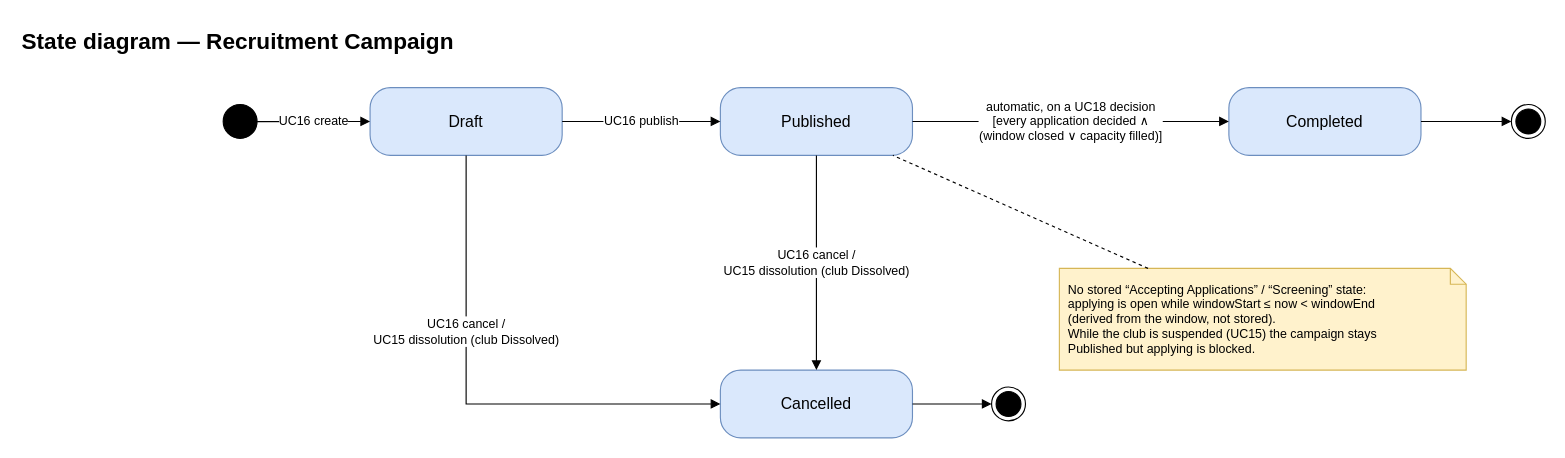
The draw.io diagram page "Recruitment Campaign" (4 of 9) of docs/03-diagrams/UCMS_State_Diagrams.drawio in nvdekay/ClubManagementSystem, before the edit. Source tidied: cells renumbered, new cells numbered last; positions are measured from the earlier drawing's top-left corner, leaving out a move shared by most shapes. Both pictures are drawn from the tidied source at 113%, with x=0, y=0 at pixel (19, 19).
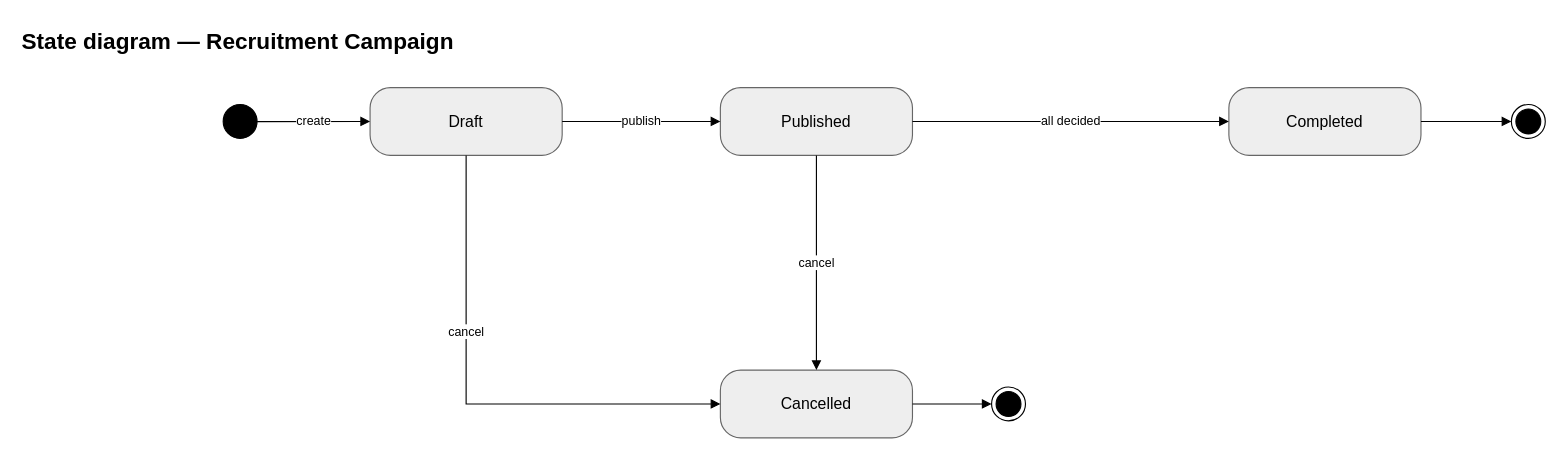
The same page after the edit.

Commit message (it also covers changes not shown here):
docs(diagrams): grey state diagrams with short transition labels and no notes

Unchanged cells that the change refers to:
```xml
<mxCell id="3" style="ellipse;html=1;fillColor=#000000;strokeColor=#000000;" parent="1" vertex="1">
  <mxGeometry x="180" y="75" width="30" height="30" as="geometry" />
</mxCell>
```

Diff of the diagram source:
```diff
@@
-    <mxCell id="4" value="Draft" style="rounded=1;arcSize=30;whiteSpace=wrap;html=1;fillColor=#dae8fc;strokeColor=#6c8ebf;fontSize=14;" parent="1" vertex="1">
+    <mxCell id="4" value="Draft" style="rounded=1;arcSize=30;whiteSpace=wrap;html=1;fillColor=#eeeeee;strokeColor=#666666;fontSize=14;" parent="1" vertex="1">
       <mxGeometry x="310" y="60" width="170" height="60" as="geometry" />
     </mxCell>
-    <mxCell id="5" value="Published" style="rounded=1;arcSize=30;whiteSpace=wrap;html=1;fillColor=#dae8fc;strokeColor=#6c8ebf;fontSize=14;" parent="1" vertex="1">
+    <mxCell id="5" value="Published" style="rounded=1;arcSize=30;whiteSpace=wrap;html=1;fillColor=#eeeeee;strokeColor=#666666;fontSize=14;" parent="1" vertex="1">
       <mxGeometry x="620" y="60" width="170" height="60" as="geometry" />
     </mxCell>
-    <mxCell id="6" value="Completed" style="rounded=1;arcSize=30;whiteSpace=wrap;html=1;fillColor=#dae8fc;strokeColor=#6c8ebf;fontSize=14;" parent="1" vertex="1">
+    <mxCell id="6" value="Completed" style="rounded=1;arcSize=30;whiteSpace=wrap;html=1;fillColor=#eeeeee;strokeColor=#666666;fontSize=14;" parent="1" vertex="1">
       <mxGeometry x="1070" y="60" width="170" height="60" as="geometry" />
     </mxCell>
-    <mxCell id="7" value="Cancelled" style="rounded=1;arcSize=30;whiteSpace=wrap;html=1;fillColor=#dae8fc;strokeColor=#6c8ebf;fontSize=14;" parent="1" vertex="1">
+    <mxCell id="7" value="Cancelled" style="rounded=1;arcSize=30;whiteSpace=wrap;html=1;fillColor=#eeeeee;strokeColor=#666666;fontSize=14;" parent="1" vertex="1">
       <mxGeometry x="620" y="310" width="170" height="60" as="geometry" />
     </mxCell>
@@
-    <mxCell id="10" value="UC16 create" style="endArrow=block;endFill=1;html=1;rounded=0;fontSize=11;labelBackgroundColor=#ffffff;" parent="1" edge="1" source="3" target="4">
+    <mxCell id="10" value="create" style="endArrow=block;endFill=1;html=1;rounded=0;fontSize=11;labelBackgroundColor=#ffffff;" parent="1" edge="1" source="3" target="4">
       <mxGeometry relative="1" as="geometry" />
     </mxCell>
@@
-    <mxCell id="13" value="UC16 publish" style="endArrow=block;endFill=1;html=1;rounded=0;fontSize=11;labelBackgroundColor=#ffffff;" parent="1" edge="1" source="4" target="5">
+    <mxCell id="13" value="publish" style="endArrow=block;endFill=1;html=1;rounded=0;fontSize=11;labelBackgroundColor=#ffffff;" parent="1" edge="1" source="4" target="5">
       <mxGeometry relative="1" as="geometry" />
     </mxCell>
-    <mxCell id="14" value="automatic, on a UC18 decision&lt;br&gt;[every application decided ∧&lt;br&gt;(window closed ∨ capacity filled)]" style="endArrow=block;endFill=1;html=1;rounded=0;fontSize=11;labelBackgroundColor=#ffffff;" parent="1" edge="1" source="5" target="6">
+    <mxCell id="14" value="all decided" style="endArrow=block;endFill=1;html=1;rounded=0;fontSize=11;labelBackgroundColor=#ffffff;" parent="1" edge="1" source="5" target="6">
       <mxGeometry relative="1" as="geometry" />
     </mxCell>
-    <mxCell id="15" value="UC16 cancel /&lt;br&gt;UC15 dissolution (club Dissolved)" style="endArrow=block;endFill=1;html=1;rounded=0;fontSize=11;labelBackgroundColor=#ffffff;exitX=0.5;exitY=1;exitDx=0;exitDy=0;entryX=0;entryY=0.5;entryDx=0;entryDy=0;edgeStyle=orthogonalEdgeStyle;" parent="1" edge="1" source="4" target="7">
+    <mxCell id="15" value="cancel" style="endArrow=block;endFill=1;html=1;rounded=0;fontSize=11;labelBackgroundColor=#ffffff;exitX=0.5;exitY=1;exitDx=0;exitDy=0;entryX=0;entryY=0.5;entryDx=0;entryDy=0;edgeStyle=orthogonalEdgeStyle;" parent="1" edge="1" source="4" target="7">
       <mxGeometry x="-0.3" relative="1" as="geometry">
         <Array as="points">
           <mxPoint x="395" y="340" />
         </Array>
       </mxGeometry>
     </mxCell>
-    <mxCell id="16" value="UC16 cancel /&lt;br&gt;UC15 dissolution (club Dissolved)" style="endArrow=block;endFill=1;html=1;rounded=0;fontSize=11;labelBackgroundColor=#ffffff;" parent="1" edge="1" source="5" target="7">
+    <mxCell id="16" value="cancel" style="endArrow=block;endFill=1;html=1;rounded=0;fontSize=11;labelBackgroundColor=#ffffff;" parent="1" edge="1" source="5" target="7">
       <mxGeometry relative="1" as="geometry" />
     </mxCell>
-    <mxCell id="17" value="No stored “Accepting Applications” / “Screening” state:&lt;br&gt;applying is open while windowStart ≤ now &amp;lt; windowEnd&lt;br&gt;(derived from the window, not stored).&lt;br&gt;While the club is suspended (UC15) the campaign stays&lt;br&gt;Published but applying is blocked." style="shape=note;whiteSpace=wrap;html=1;size=14;fillColor=#fff2cc;strokeColor=#d6b656;fontSize=11;align=left;spacingLeft=6;" parent="1" vertex="1">
-      <mxGeometry x="920" y="220" width="360" height="90" as="geometry" />
-    </mxCell>
-    <mxCell id="18" style="html=1;rounded=0;dashed=1;endArrow=none;" parent="1" edge="1" source="17" target="5">
+    <mxCell id="18" style="html=1;rounded=0;dashed=1;endArrow=none;" parent="1" edge="1" target="5">
       <mxGeometry relative="1" as="geometry" />
     </mxCell>
```
